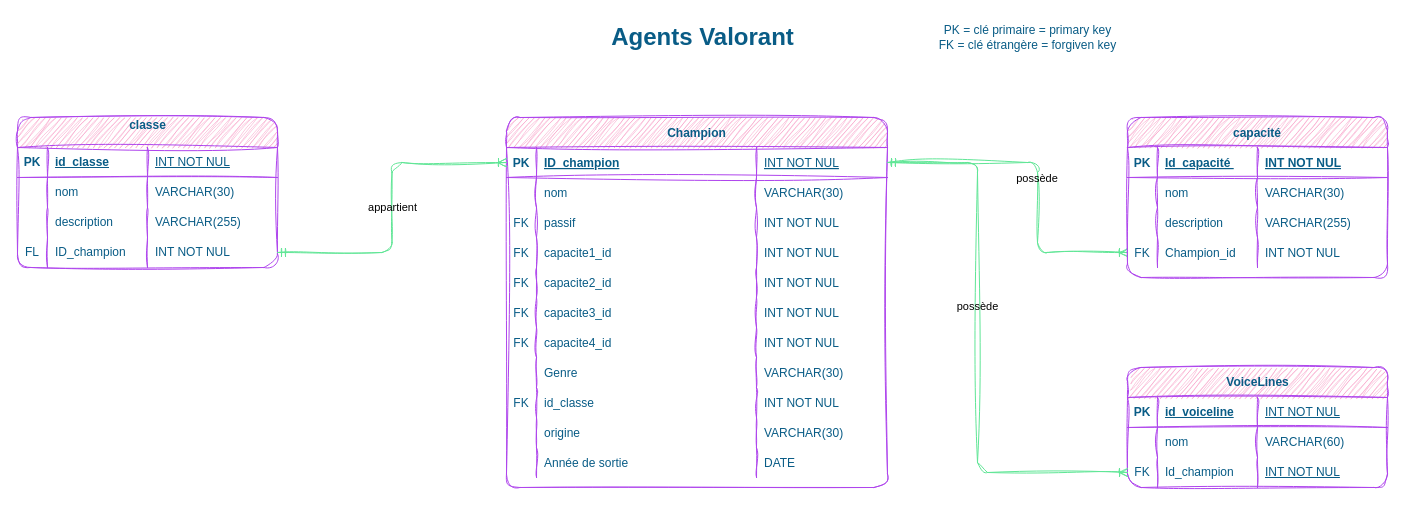
Earlier version of the draw.io diagram MCD_Agents_Valorant.drawio (CamilleSimon/BTS2-CIEL-IR-MCD-2024-2025). Source tidied: cells renumbered, new cells numbered last; positions are measured from the earlier drawing's top-left corner, leaving out a move shared by most shapes. Both pictures are drawn from the tidied source at 100%, with x=0, y=0 at pixel (17, 17).
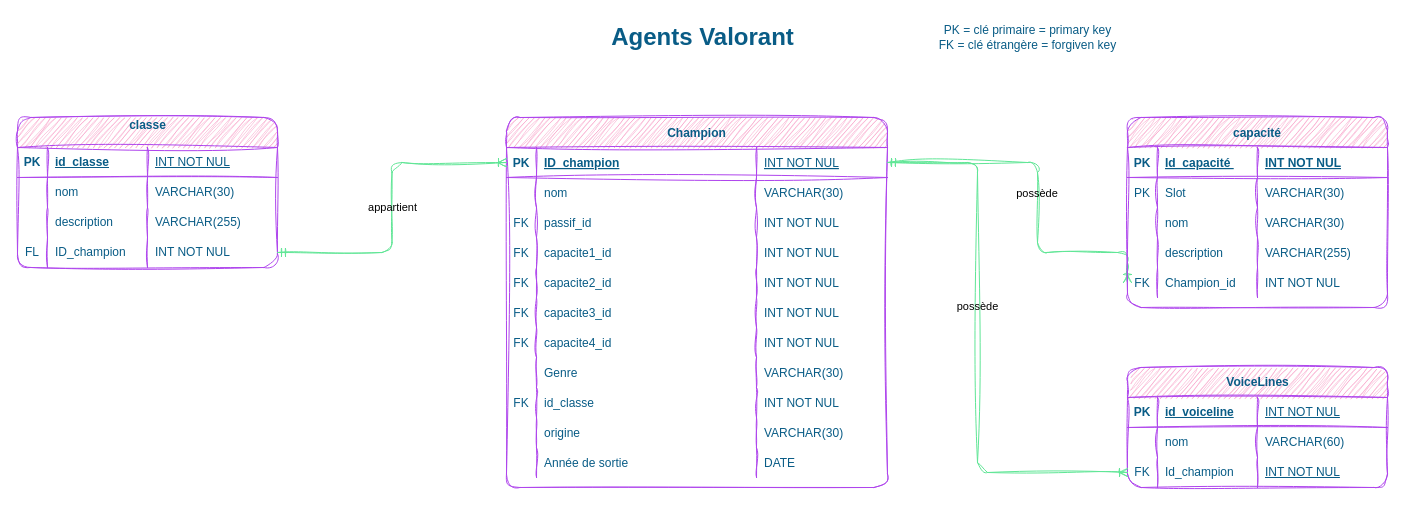
After the change.

Commit message:
Mettre à jour MCD_Agents_Valorant.drawio

The change refers to these unchanged cells:
```xml
<mxCell id="12" style="shape=partialRectangle;fillColor=none;top=0;left=0;right=0;bottom=0;rounded=1;labelBackgroundColor=none;strokeColor=#AF45ED;fontColor=#095C86;sketch=1;curveFitting=1;jiggle=2;" parent="3" vertex="1">
  <mxGeometry y="90" width="381" height="30" as="geometry" />
</mxCell>
```

Diff of the diagram source:
```diff
@@
-    <mxCell id="14" value="passif" style="shape=partialRectangle;overflow=hidden;fillColor=none;top=0;left=0;bottom=0;right=0;align=left;spacingLeft=6;rounded=1;labelBackgroundColor=none;strokeColor=#AF45ED;fontColor=#095C86;sketch=1;curveFitting=1;jiggle=2;" parent="12" vertex="1">
+    <mxCell id="14" value="passif_id" style="shape=partialRectangle;overflow=hidden;fillColor=none;top=0;left=0;bottom=0;right=0;align=left;spacingLeft=6;rounded=1;labelBackgroundColor=none;strokeColor=#AF45ED;fontColor=#095C86;sketch=1;curveFitting=1;jiggle=2;" parent="12" vertex="1">
       <mxGeometry x="30" width="220" height="30" as="geometry" />
     </mxCell>
@@
     <mxCell id="48" value="capacité" style="shape=table;startSize=30;childLayout=tableLayout;rowLines=0;fontStyle=1;align=center;rounded=1;labelBackgroundColor=none;fillColor=#F694C1;strokeColor=#AF45ED;fontColor=#095C86;sketch=1;curveFitting=1;jiggle=2;" parent="1" vertex="1">
-      <mxGeometry x="1110" y="100" width="260" height="160" as="geometry" />
+      <mxGeometry x="1110" y="100" width="260" height="190" as="geometry" />
     </mxCell>
@@
+    <mxCell id="99" style="shape=partialRectangle;fillColor=none;top=0;left=0;right=0;bottom=0;rounded=1;labelBackgroundColor=none;strokeColor=#AF45ED;fontColor=#095C86;sketch=1;curveFitting=1;jiggle=2;" parent="48" vertex="1">
+      <mxGeometry y="60" width="260" height="30" as="geometry" />
+    </mxCell>
+    <mxCell id="100" value="PK" style="shape=partialRectangle;overflow=hidden;fillColor=none;top=0;left=0;bottom=0;right=0;rounded=1;labelBackgroundColor=none;strokeColor=#AF45ED;fontColor=#095C86;sketch=1;curveFitting=1;jiggle=2;" parent="99" vertex="1">
+      <mxGeometry width="30" height="30" as="geometry" />
+    </mxCell>
+    <mxCell id="101" value="Slot" style="shape=partialRectangle;overflow=hidden;fillColor=none;top=0;left=0;bottom=0;right=0;align=left;spacingLeft=6;rounded=1;labelBackgroundColor=none;strokeColor=#AF45ED;fontColor=#095C86;sketch=1;curveFitting=1;jiggle=2;" parent="99" vertex="1">
+      <mxGeometry x="30" width="100" height="30" as="geometry" />
+    </mxCell>
+    <mxCell id="102" value="VARCHAR(30)" style="shape=partialRectangle;overflow=hidden;fillColor=none;top=0;left=0;bottom=0;right=0;align=left;spacingLeft=6;rounded=1;labelBackgroundColor=none;strokeColor=#AF45ED;fontColor=#095C86;sketch=1;curveFitting=1;jiggle=2;" parent="99" vertex="1">
+      <mxGeometry x="130" width="130" height="30" as="geometry" />
+    </mxCell>
     <mxCell id="53" style="shape=partialRectangle;fillColor=none;top=0;left=0;right=0;bottom=0;rounded=1;labelBackgroundColor=none;strokeColor=#AF45ED;fontColor=#095C86;sketch=1;curveFitting=1;jiggle=2;" parent="48" vertex="1">
-      <mxGeometry y="60" width="260" height="30" as="geometry" />
+      <mxGeometry y="90" width="260" height="30" as="geometry" />
     </mxCell>
@@
     <mxCell id="57" style="shape=partialRectangle;fillColor=none;top=0;left=0;right=0;bottom=0;rounded=1;labelBackgroundColor=none;strokeColor=#AF45ED;fontColor=#095C86;sketch=1;curveFitting=1;jiggle=2;" parent="48" vertex="1">
-      <mxGeometry y="90" width="260" height="30" as="geometry" />
+      <mxGeometry y="120" width="260" height="30" as="geometry" />
     </mxCell>
@@
     <mxCell id="61" style="shape=partialRectangle;fillColor=none;points=[[0,0.5],[1,0.5]];portConstraint=eastwest;top=0;left=0;right=0;bottom=0;rounded=1;labelBackgroundColor=none;strokeColor=#AF45ED;fontColor=#095C86;sketch=1;curveFitting=1;jiggle=2;" parent="48" vertex="1">
-      <mxGeometry y="120" width="260" height="30" as="geometry" />
+      <mxGeometry y="150" width="260" height="30" as="geometry" />
     </mxCell>
```
